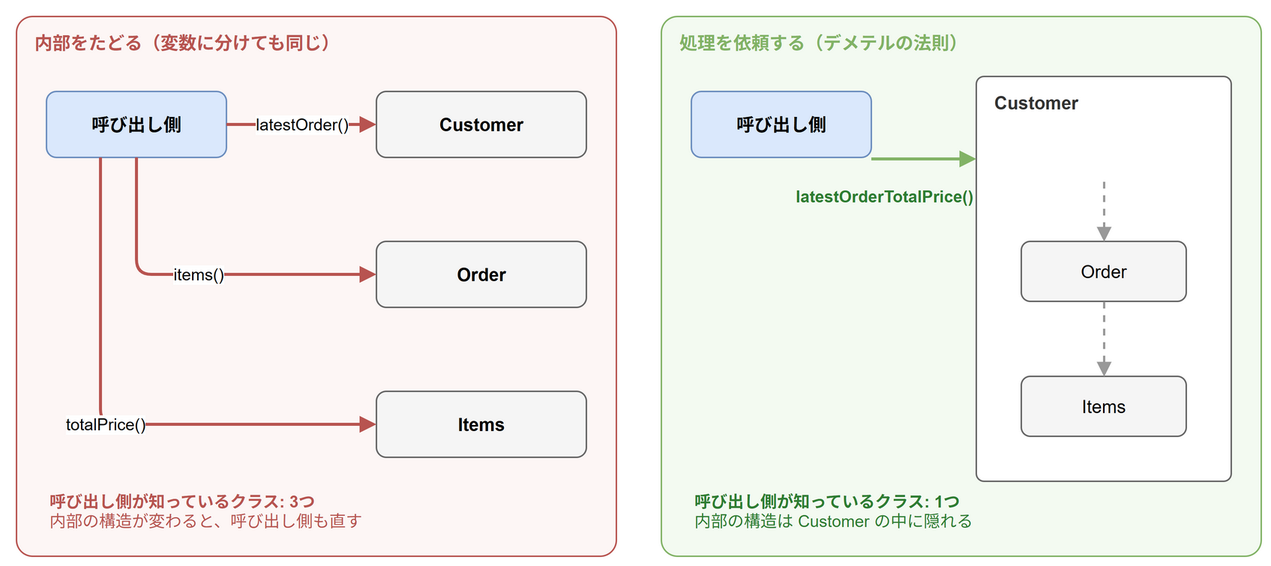
Before: images/articles/typescript-coding-rule-object/law-of-demeter.drawio.png, a diagram exported from draw.io (aew2sbee/zenn). Source tidied: cells renumbered, new cells last; positions are measured from the earlier drawing's top-left corner, leaving out a move shared by most shapes. Source of this version:
```xml
<mxGraphModel>
  <root>
    <mxCell id="0" />
    <mxCell id="1" parent="0" />
    <mxCell id="2" value="内部をたどる（変数に分けても同じ）" style="rounded=1;whiteSpace=wrap;html=1;fillColor=#fdf6f5;strokeColor=#b85450;verticalAlign=top;align=left;spacingLeft=10;spacingTop=4;spacingBottom=4;fontStyle=1;fontSize=12;fontColor=#b85450;arcSize=3;" parent="1" vertex="1">
      <mxGeometry width="400" height="360" as="geometry" />
    </mxCell>
    <mxCell id="3" value="呼び出し側" style="rounded=1;whiteSpace=wrap;html=1;fontSize=12;fillColor=#dae8fc;strokeColor=#6c8ebf;fontStyle=1;" parent="1" vertex="1">
      <mxGeometry x="20" y="50" width="120" height="44" as="geometry" />
    </mxCell>
    <mxCell id="4" value="Customer" style="rounded=1;whiteSpace=wrap;html=1;fontSize=12;fillColor=#f5f5f5;strokeColor=#666666;fontStyle=1;" parent="1" vertex="1">
      <mxGeometry x="240" y="50" width="140" height="44" as="geometry" />
    </mxCell>
    <mxCell id="5" value="Order" style="rounded=1;whiteSpace=wrap;html=1;fontSize=12;fillColor=#f5f5f5;strokeColor=#666666;fontStyle=1;" parent="1" vertex="1">
      <mxGeometry x="240" y="150" width="140" height="44" as="geometry" />
    </mxCell>
    <mxCell id="6" value="Items" style="rounded=1;whiteSpace=wrap;html=1;fontSize=12;fillColor=#f5f5f5;strokeColor=#666666;fontStyle=1;" parent="1" vertex="1">
      <mxGeometry x="240" y="250" width="140" height="44" as="geometry" />
    </mxCell>
    <mxCell id="7" value="latestOrder()" style="html=1;endArrow=block;endFill=1;strokeColor=#b85450;strokeWidth=2;fontSize=11;labelBackgroundColor=#ffffff;" parent="1" edge="1" source="3" target="4">
      <mxGeometry relative="1" as="geometry" />
    </mxCell>
    <mxCell id="8" value="items()" style="html=1;edgeStyle=orthogonalEdgeStyle;rounded=1;endArrow=block;endFill=1;strokeColor=#b85450;strokeWidth=2;fontSize=11;labelBackgroundColor=#ffffff;exitX=0.5;exitY=1;exitDx=0;exitDy=0;entryX=0;entryY=0.5;entryDx=0;entryDy=0;" parent="1" edge="1" source="3" target="5">
      <mxGeometry relative="1" as="geometry">
        <Array as="points">
          <mxPoint x="80" y="172" />
        </Array>
      </mxGeometry>
    </mxCell>
    <mxCell id="9" value="totalPrice()" style="html=1;edgeStyle=orthogonalEdgeStyle;rounded=1;endArrow=block;endFill=1;strokeColor=#b85450;strokeWidth=2;fontSize=11;labelBackgroundColor=#ffffff;exitX=0.3;exitY=1;exitDx=0;exitDy=0;entryX=0;entryY=0.5;entryDx=0;entryDy=0;" parent="1" edge="1" source="3" target="6">
      <mxGeometry relative="1" as="geometry">
        <Array as="points">
          <mxPoint x="56" y="272" />
        </Array>
      </mxGeometry>
    </mxCell>
    <mxCell id="10" value="&lt;font color=&quot;#b85450&quot;&gt;&lt;b&gt;呼び出し側が知っているクラス: 3つ&lt;/b&gt;&lt;br&gt;内部の構造が変わると、呼び出し側も直す&lt;/font&gt;" style="text;html=1;whiteSpace=wrap;align=left;verticalAlign=middle;fontSize=11;fontColor=#333333;" parent="1" vertex="1">
      <mxGeometry x="20" y="310" width="360" height="40" as="geometry" />
    </mxCell>
    <mxCell id="11" value="処理を依頼する（デメテルの法則）" style="rounded=1;whiteSpace=wrap;html=1;fillColor=#f3faf1;strokeColor=#82b366;verticalAlign=top;align=left;spacingLeft=10;spacingTop=4;spacingBottom=4;fontStyle=1;fontSize=12;fontColor=#82b366;arcSize=3;" parent="1" vertex="1">
      <mxGeometry x="430" width="400" height="360" as="geometry" />
    </mxCell>
    <mxCell id="12" value="呼び出し側" style="rounded=1;whiteSpace=wrap;html=1;fontSize=12;fillColor=#dae8fc;strokeColor=#6c8ebf;fontStyle=1;" parent="1" vertex="1">
      <mxGeometry x="450" y="50" width="120" height="44" as="geometry" />
    </mxCell>
    <mxCell id="13" value="Customer" style="rounded=1;whiteSpace=wrap;html=1;fillColor=#ffffff;strokeColor=#666666;verticalAlign=top;align=left;spacingLeft=10;spacingTop=4;spacingBottom=4;fontStyle=1;fontSize=12;fontColor=#333333;arcSize=3;" parent="1" vertex="1">
      <mxGeometry x="640" y="40" width="170" height="270" as="geometry" />
    </mxCell>
    <mxCell id="14" value="Order" style="rounded=1;whiteSpace=wrap;html=1;fontSize=12;fillColor=#f5f5f5;strokeColor=#666666;" parent="1" vertex="1">
      <mxGeometry x="670" y="150" width="110" height="40" as="geometry" />
    </mxCell>
    <mxCell id="15" value="Items" style="rounded=1;whiteSpace=wrap;html=1;fontSize=12;fillColor=#f5f5f5;strokeColor=#666666;" parent="1" vertex="1">
      <mxGeometry x="670" y="240" width="110" height="40" as="geometry" />
    </mxCell>
    <mxCell id="16" style="rounded=1;whiteSpace=wrap;html=1;fontSize=13;fillColor=none;strokeColor=none;" parent="1" vertex="1">
      <mxGeometry x="670" y="80" width="110" height="30" as="geometry" />
    </mxCell>
    <mxCell id="17" style="html=1;endArrow=block;endFill=1;strokeColor=#82b366;strokeWidth=2;fontSize=12;labelBackgroundColor=none;verticalAlign=bottom;" parent="1" edge="1">
      <mxGeometry relative="1" as="geometry">
        <mxPoint x="570" y="95" as="sourcePoint" />
        <mxPoint x="640" y="95" as="targetPoint" />
      </mxGeometry>
    </mxCell>
    <mxCell id="18" value="latestOrderTotalPrice()" style="text;html=1;whiteSpace=wrap;align=right;verticalAlign=middle;fontSize=11;fontColor=#2e7d32;fontStyle=1;" parent="1" vertex="1">
      <mxGeometry x="450" y="105" width="190" height="30" as="geometry" />
    </mxCell>
    <mxCell id="19" style="html=1;endArrow=block;endFill=1;strokeColor=#999999;strokeWidth=1.5;fontSize=12;labelBackgroundColor=#ffffff;dashed=1;" parent="1" edge="1" source="16" target="14">
      <mxGeometry relative="1" as="geometry" />
    </mxCell>
    <mxCell id="20" style="html=1;endArrow=block;endFill=1;strokeColor=#999999;strokeWidth=1.5;fontSize=12;labelBackgroundColor=#ffffff;dashed=1;" parent="1" edge="1" source="14" target="15">
      <mxGeometry relative="1" as="geometry" />
    </mxCell>
    <mxCell id="21" value="&lt;font color=&quot;#2e7d32&quot;&gt;&lt;b&gt;呼び出し側が知っているクラス: 1つ&lt;/b&gt;&lt;br&gt;内部の構造は Customer の中に隠れる&lt;/font&gt;" style="text;html=1;whiteSpace=wrap;align=left;verticalAlign=middle;fontSize=11;fontColor=#333333;" parent="1" vertex="1">
      <mxGeometry x="450" y="310" width="360" height="40" as="geometry" />
    </mxCell>
  </root>
</mxGraphModel>
```
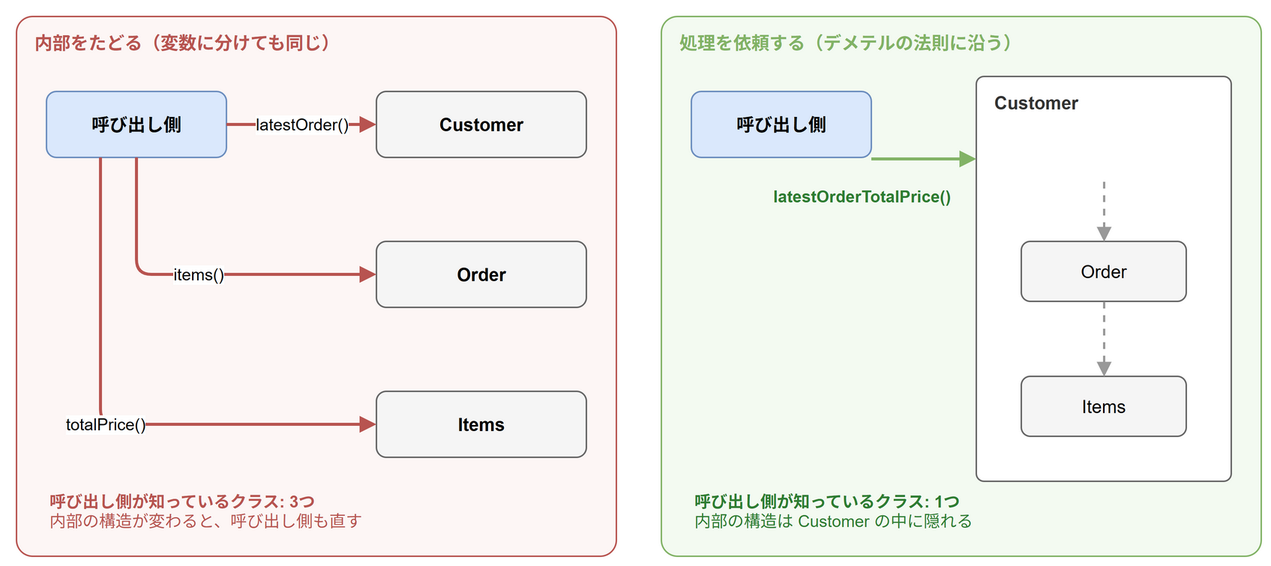
Later version of the same file.

Commit message:
docs: 図の文言をレビュー指摘に合わせて修正

What changed in the source:
```diff
@@ -37,7 +37,7 @@
     <mxCell id="10" value="&lt;font color=&quot;#b85450&quot;&gt;&lt;b&gt;呼び出し側が知っているクラス: 3つ&lt;/b&gt;&lt;br&gt;内部の構造が変わると、呼び出し側も直す&lt;/font&gt;" style="text;html=1;whiteSpace=wrap;align=left;verticalAlign=middle;fontSize=11;fontColor=#333333;" parent="1" vertex="1">
       <mxGeometry x="20" y="310" width="360" height="40" as="geometry" />
     </mxCell>
-    <mxCell id="11" value="処理を依頼する（デメテルの法則）" style="rounded=1;whiteSpace=wrap;html=1;fillColor=#f3faf1;strokeColor=#82b366;verticalAlign=top;align=left;spacingLeft=10;spacingTop=4;spacingBottom=4;fontStyle=1;fontSize=12;fontColor=#82b366;arcSize=3;" parent="1" vertex="1">
+    <mxCell id="11" value="処理を依頼する（デメテルの法則に沿う）" style="rounded=1;whiteSpace=wrap;html=1;fillColor=#f3faf1;strokeColor=#82b366;verticalAlign=top;align=left;spacingLeft=10;spacingTop=4;spacingBottom=4;fontStyle=1;fontSize=12;fontColor=#82b366;arcSize=3;" parent="1" vertex="1">
       <mxGeometry x="430" width="400" height="360" as="geometry" />
     </mxCell>
     <mxCell id="12" value="呼び出し側" style="rounded=1;whiteSpace=wrap;html=1;fontSize=12;fillColor=#dae8fc;strokeColor=#6c8ebf;fontStyle=1;" parent="1" vertex="1">
@@ -62,7 +62,7 @@
       </mxGeometry>
     </mxCell>
     <mxCell id="18" value="latestOrderTotalPrice()" style="text;html=1;whiteSpace=wrap;align=right;verticalAlign=middle;fontSize=11;fontColor=#2e7d32;fontStyle=1;" parent="1" vertex="1">
-      <mxGeometry x="450" y="105" width="190" height="30" as="geometry" />
+      <mxGeometry x="440" y="105" width="185" height="30" as="geometry" />
     </mxCell>
     <mxCell id="19" style="html=1;endArrow=block;endFill=1;strokeColor=#999999;strokeWidth=1.5;fontSize=12;labelBackgroundColor=#ffffff;dashed=1;" parent="1" edge="1" source="16" target="14">
       <mxGeometry relative="1" as="geometry" />
```
